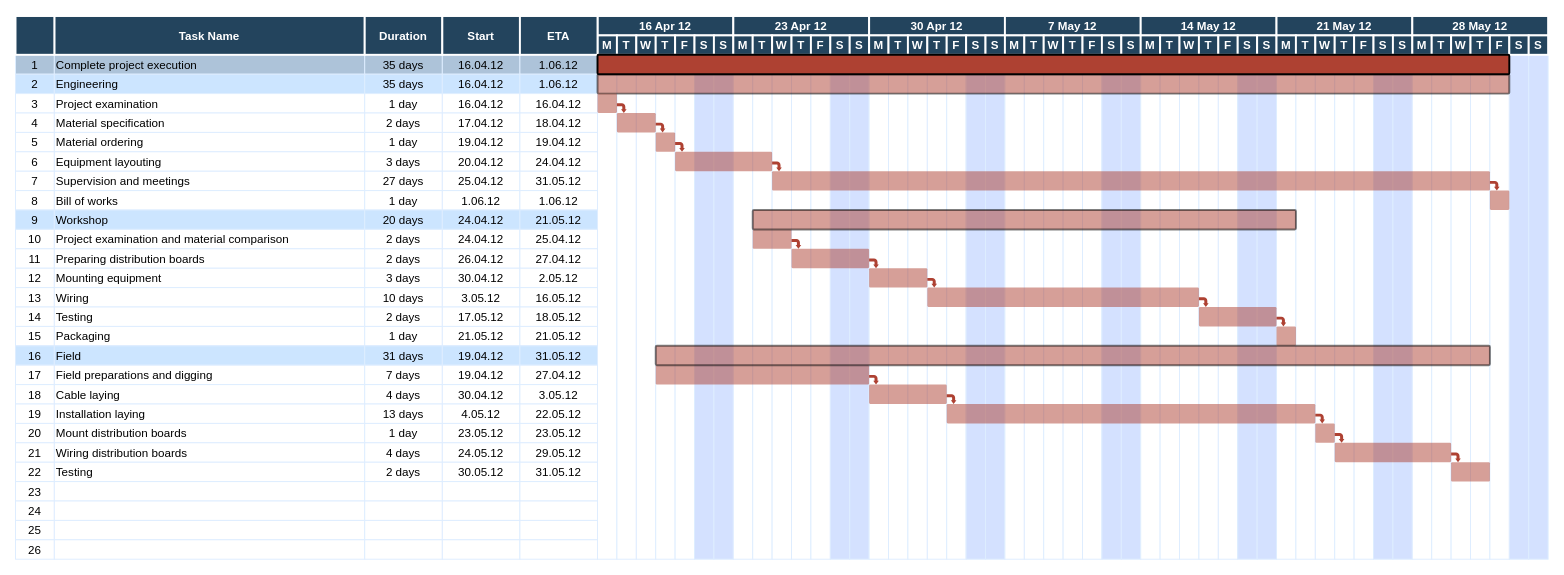
The draw.io diagram gantt.drawio in wubobupt/drawio, before the edit. Source tidied: cells renumbered, new cells numbered last; positions are measured from the earlier drawing's top-left corner, leaving out a move shared by most shapes. Both pictures are drawn from the tidied source at 97%, with x=0, y=0 at pixel (15, 16).
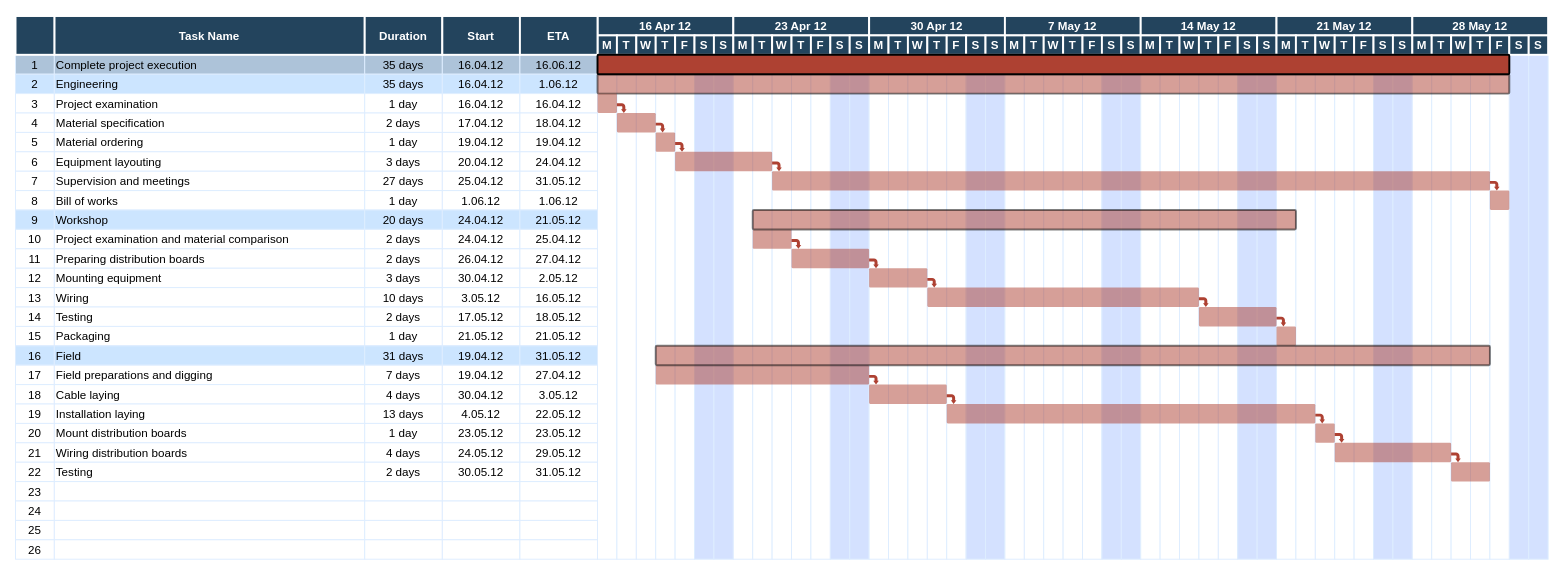
The same page after the edit.

Diff of the diagram source:
```diff
@@
-    <mxCell id="6" value="1.06.12" style="strokeColor=#DEEDFF;fillColor=#ADC3D9;" parent="1" vertex="1">
+    <mxCell id="6" value="16.06.12" style="strokeColor=#DEEDFF;fillColor=#ADC3D9;" parent="1" vertex="1">
       <mxGeometry x="520.5" y="40" width="80" height="20" as="geometry" />
     </mxCell>
```
